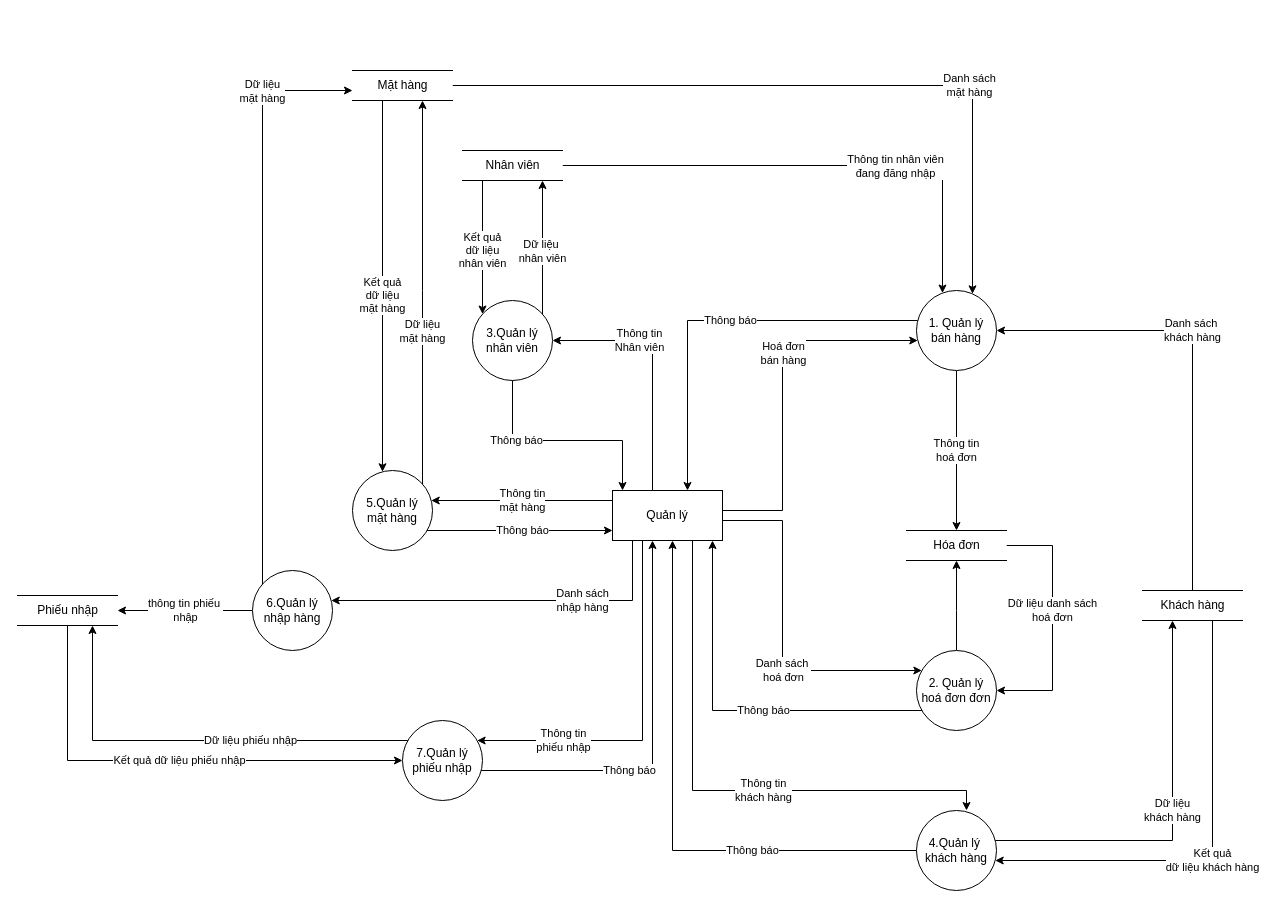
Earlier version of the draw.io diagram page "DFD Mức 1 - Quản lý" (5 of 9) of Document/ĐồÁn/Diagram/Sơ đồ chức năng ministore.drawio (EdgarIgnite16/HTTTDN-Project). Source tidied: cells renumbered, new cells numbered last; positions are measured from the earlier drawing's top-left corner, leaving out a move shared by most shapes. Both pictures are drawn from the tidied source at 100%, with x=0, y=0 at pixel (17, 70).
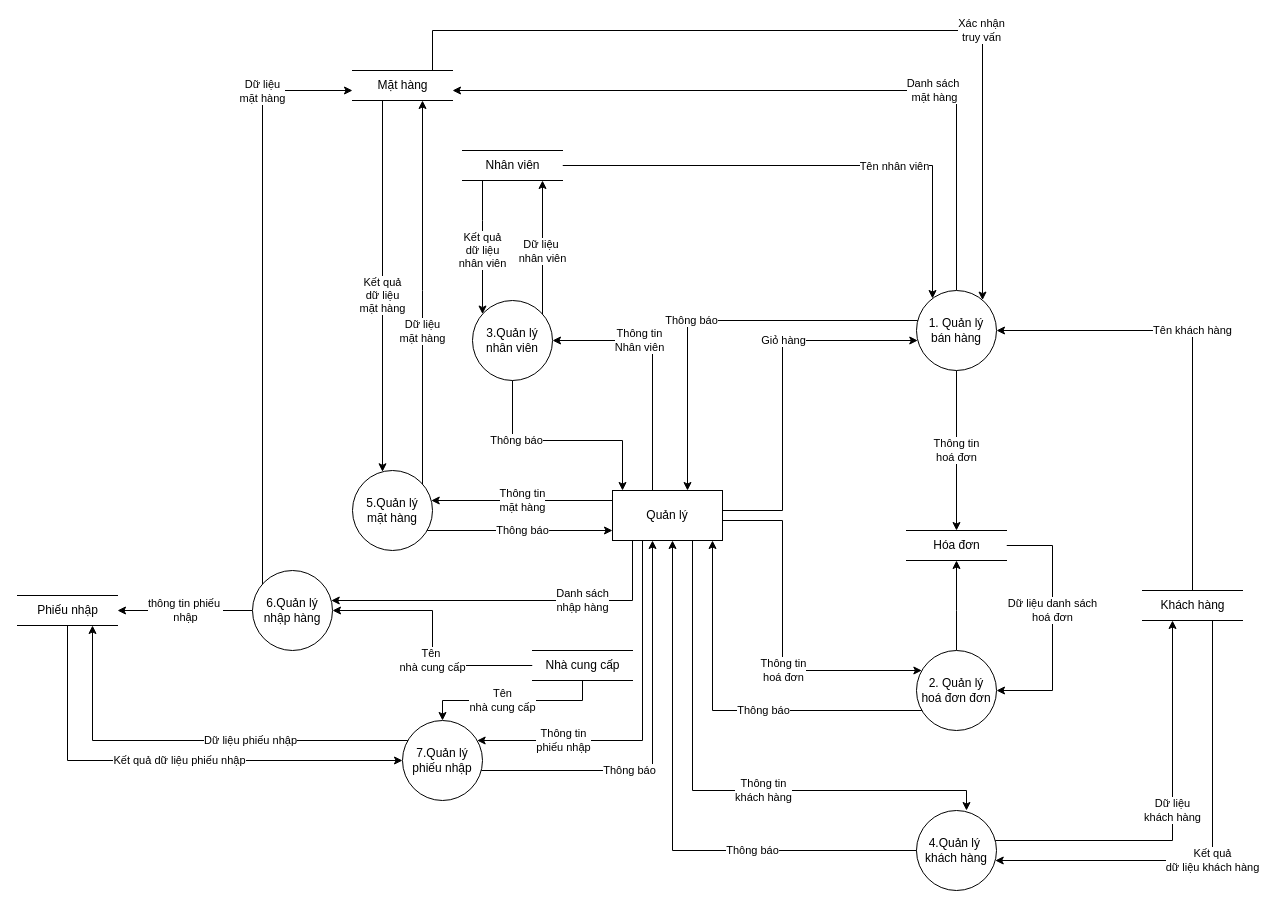
After the change.

Unchanged cells that the change refers to:
```xml
<mxCell id="5" value="2. Quản lý&lt;br&gt;hoá đơn đơn" style="ellipse;whiteSpace=wrap;html=1;fontFamily=Helvetica;" parent="1" vertex="1">
  <mxGeometry x="899" y="580" width="80" height="80" as="geometry" />
</mxCell>
<mxCell id="8" value="1. Quản lý bán hàng" style="ellipse;whiteSpace=wrap;html=1;fontFamily=Helvetica;" parent="1" vertex="1">
  <mxGeometry x="899" y="220" width="80" height="80" as="geometry" />
</mxCell>
<mxCell id="9" value="3.Quản lý&lt;div&gt;nhân viên&lt;/div&gt;" style="ellipse;whiteSpace=wrap;html=1;fontFamily=Helvetica;" parent="1" vertex="1">
  <mxGeometry x="455" y="230" width="80" height="80" as="geometry" />
</mxCell>
<mxCell id="16" value="6.Quản lý&lt;div&gt;nhập hàng&lt;/div&gt;" style="ellipse;whiteSpace=wrap;html=1;fontFamily=Helvetica;" parent="1" vertex="1">
  <mxGeometry x="235" y="500" width="80" height="80" as="geometry" />
</mxCell>
<mxCell id="18" value="7.Quản lý&lt;div&gt;phiếu nhập&lt;/div&gt;" style="ellipse;whiteSpace=wrap;html=1;fontFamily=Helvetica;" parent="1" vertex="1">
  <mxGeometry x="385" y="650" width="80" height="80" as="geometry" />
</mxCell>
<mxCell id="23" value="Nhân viên" style="html=1;dashed=0;whitespace=wrap;shape=partialRectangle;right=0;left=0;fontFamily=Helvetica;" parent="1" vertex="1">
  <mxGeometry x="445" y="80" width="100" height="30" as="geometry" />
</mxCell>
<mxCell id="26" value="Khách hàng" style="html=1;dashed=0;whitespace=wrap;shape=partialRectangle;right=0;left=0;fontFamily=Helvetica;" parent="1" vertex="1">
  <mxGeometry x="1125" y="520" width="100" height="30" as="geometry" />
</mxCell>
<mxCell id="28" value="Mặt hàng" style="html=1;dashed=0;whitespace=wrap;shape=partialRectangle;right=0;left=0;fontFamily=Helvetica;" parent="1" vertex="1">
  <mxGeometry x="335" width="100" height="30" as="geometry" />
</mxCell>
<mxCell id="30" style="edgeStyle=orthogonalEdgeStyle;rounded=0;jettySize=auto;html=1;" parent="1" edge="1" source="36" target="8">
  <mxGeometry relative="1" as="geometry">
    <Array as="points">
      <mxPoint x="765" y="440" />
      <mxPoint x="765" y="270" />
    </Array>
  </mxGeometry>
</mxCell>
<mxCell id="36" value="Quản lý" style="html=1;whiteSpace=wrap;" parent="1" vertex="1">
  <mxGeometry x="595" y="420" width="110" height="50" as="geometry" />
</mxCell>
```

What changed in the source:
```diff
@@
     <mxCell id="7" value="Thông báo" style="edgeStyle=orthogonalEdgeStyle;rounded=0;jettySize=auto;html=1;" parent="1" edge="1" source="8" target="36">
-      <mxGeometry x="-0.07" relative="1" as="geometry">
+      <mxGeometry x="0.13" relative="1" as="geometry">
         <Array as="points">
           <mxPoint x="670" y="250" />
         </Array>
-        <mxPoint x="-1" as="offset" />
       </mxGeometry>
     </mxCell>
+    <mxCell id="47" value="Danh sách&amp;nbsp;&lt;div&gt;mặt hàng&lt;/div&gt;" style="edgeStyle=orthogonalEdgeStyle;rounded=0;jettySize=auto;html=1;" parent="1" edge="1" source="8" target="28">
+      <mxGeometry x="-0.37" relative="1" as="geometry">
+        <Array as="points">
+          <mxPoint x="939" y="20" />
+        </Array>
+      </mxGeometry>
+    </mxCell>
@@
     <mxCell id="21" style="edgeStyle=orthogonalEdgeStyle;rounded=0;jettySize=auto;html=1;" parent="1" edge="1" source="23" target="8">
       <mxGeometry relative="1" as="geometry">
         <Array as="points">
-          <mxPoint x="925" y="95" />
+          <mxPoint x="915" y="95" />
         </Array>
       </mxGeometry>
     </mxCell>
-    <mxCell id="22" value="Thông tin nhân viên&lt;div&gt;đang đăng nhập&lt;/div&gt;" style="edgeLabel;html=1;align=center;verticalAlign=middle;" parent="21" vertex="1">
+    <mxCell id="22" value="Tên nhân viên" style="edgeLabel;html=1;align=center;verticalAlign=middle;" parent="21" vertex="1">
       <mxGeometry x="-0.25" y="1" relative="1" as="geometry">
         <mxPoint x="142" y="1" as="offset" />
       </mxGeometry>
     </mxCell>
@@
-    <mxCell id="24" value="Danh sách&amp;nbsp;&lt;div&gt;khách hàng&lt;/div&gt;" style="edgeStyle=orthogonalEdgeStyle;rounded=0;jettySize=auto;html=1;" parent="1" edge="1" source="26">
+    <mxCell id="24" value="Tên khách hàng" style="edgeStyle=orthogonalEdgeStyle;rounded=0;jettySize=auto;html=1;" parent="1" edge="1" source="26">
       <mxGeometry x="0.14" relative="1" as="geometry">
         <mxPoint x="979" y="260" as="targetPoint" />
         <Array as="points">
           <mxPoint x="1175" y="260" />
         </Array>
       </mxGeometry>
     </mxCell>
@@
-    <mxCell id="27" value="Danh sách&lt;div&gt;mặt hàng&lt;/div&gt;" style="edgeStyle=orthogonalEdgeStyle;rounded=0;jettySize=auto;html=1;" parent="1" edge="1" source="28" target="8">
-      <mxGeometry x="0.42" relative="1" as="geometry">
+    <mxCell id="27" value="Xác nhận&lt;div&gt;truy vấn&lt;/div&gt;" style="edgeStyle=orthogonalEdgeStyle;rounded=0;jettySize=auto;html=1;" parent="1" edge="1" source="28" target="8">
+      <mxGeometry x="0.37" relative="1" as="geometry">
         <Array as="points">
-          <mxPoint x="955" y="15" />
+          <mxPoint x="415" y="-40" />
+          <mxPoint x="965" y="-40" />
         </Array>
       </mxGeometry>
     </mxCell>
@@
-    <mxCell id="31" value="Hoá đơn&lt;div&gt;bán hàng&lt;/div&gt;" style="edgeLabel;html=1;align=center;verticalAlign=middle;" parent="30" vertex="1">
+    <mxCell id="31" value="Giỏ hàng" style="edgeLabel;html=1;align=center;verticalAlign=middle;" parent="30" vertex="1">
       <mxGeometry x="0.01" relative="1" as="geometry">
-        <mxPoint y="-34" as="offset" />
+        <mxPoint y="-47" as="offset" />
       </mxGeometry>
     </mxCell>
-    <mxCell id="32" value="Danh sách&amp;nbsp;&lt;div&gt;hoá đơn&lt;/div&gt;" style="edgeStyle=orthogonalEdgeStyle;rounded=0;jettySize=auto;html=1;" parent="1" edge="1" source="36" target="5">
+    <mxCell id="32" value="Thông tin&lt;div&gt;hoá đơn&lt;/div&gt;" style="edgeStyle=orthogonalEdgeStyle;rounded=0;jettySize=auto;html=1;" parent="1" edge="1" source="36" target="5">
       <mxGeometry x="0.21" relative="1" as="geometry">
         <Array as="points">
           <mxPoint x="765" y="450" />
           <mxPoint x="765" y="600" />
         </Array>
       </mxGeometry>
     </mxCell>
@@
     <mxCell id="39" value="Kết quả&lt;div&gt;dữ liệu&lt;/div&gt;&lt;div&gt;nhân viên&lt;/div&gt;" style="edgeStyle=orthogonalEdgeStyle;rounded=0;jettySize=auto;html=1;" parent="1" edge="1" source="23" target="9">
       <mxGeometry x="0.05" relative="1" as="geometry">
         <Array as="points">
-          <mxPoint x="465" y="170" />
-          <mxPoint x="465" y="170" />
+          <mxPoint x="465" y="150" />
+          <mxPoint x="465" y="150" />
         </Array>
       </mxGeometry>
     </mxCell>
@@
+    <mxCell id="48" value="Tên&amp;nbsp;&lt;div&gt;nhà cung cấp&lt;/div&gt;" style="edgeStyle=orthogonalEdgeStyle;rounded=0;jettySize=auto;html=1;" parent="1" edge="1" source="50" target="16">
+      <mxGeometry x="-0.18" relative="1" as="geometry" />
+    </mxCell>
+    <mxCell id="49" value="Tên&lt;div&gt;nhà cung cấp&lt;/div&gt;" style="edgeStyle=orthogonalEdgeStyle;rounded=0;jettySize=auto;html=1;" parent="1" edge="1" source="50" target="18">
+      <mxGeometry x="0.11" relative="1" as="geometry">
+        <Array as="points">
+          <mxPoint x="565" y="630" />
+          <mxPoint x="425" y="630" />
+        </Array>
+      </mxGeometry>
+    </mxCell>
+    <mxCell id="50" value="Nhà cung cấp" style="html=1;dashed=0;whitespace=wrap;shape=partialRectangle;right=0;left=0;fontFamily=Helvetica;" parent="1" vertex="1">
+      <mxGeometry x="515" y="580" width="100" height="30" as="geometry" />
+    </mxCell>
```
